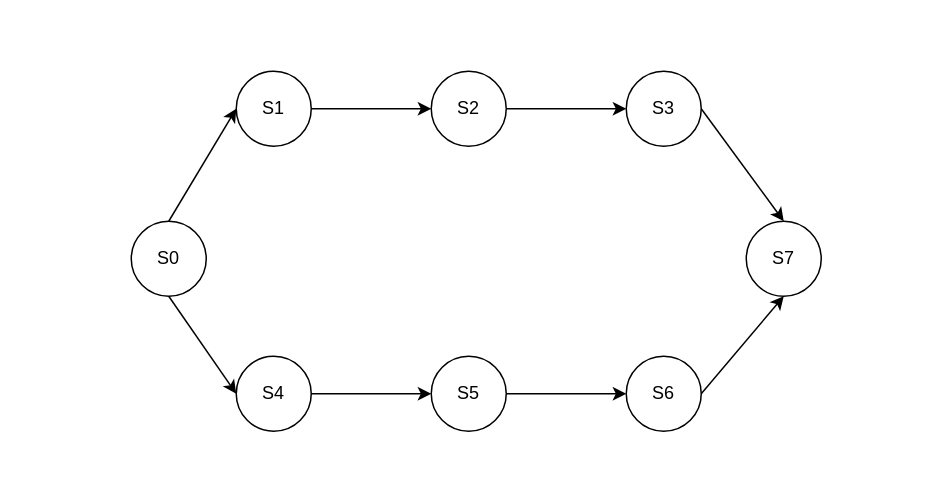
wenqi-wang20/img keeps this draw.io diagram as enrypt.drawio. Above is the earlier version. Source tidied: cells renumbered, new cells numbered last; positions are measured from the earlier drawing's top-left corner, leaving out a move shared by most shapes. Both pictures are drawn from the tidied source at 150%, with x=0, y=0 at pixel (130, 70).
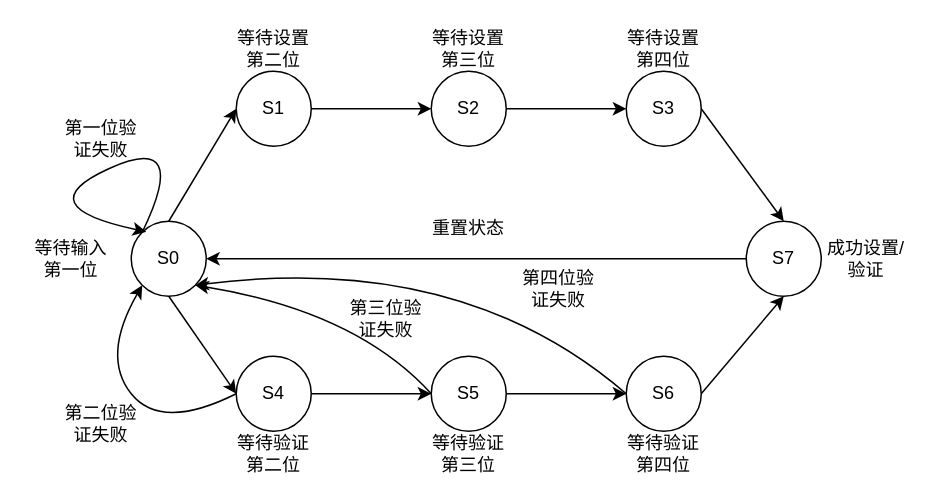
Above is the later version.

Unchanged cells that the change refers to:
```xml
<mxCell id="4" value="S0" style="ellipse;whiteSpace=wrap;html=1;" parent="1" vertex="1">
  <mxGeometry y="100" width="50" height="50" as="geometry" />
</mxCell>
<mxCell id="6" value="S4" style="ellipse;whiteSpace=wrap;html=1;" parent="1" vertex="1">
  <mxGeometry x="70" y="190" width="50" height="50" as="geometry" />
</mxCell>
<mxCell id="7" value="S5" style="ellipse;whiteSpace=wrap;html=1;" parent="1" vertex="1">
  <mxGeometry x="200" y="190" width="50" height="50" as="geometry" />
</mxCell>
<mxCell id="8" value="S6" style="ellipse;whiteSpace=wrap;html=1;" parent="1" vertex="1">
  <mxGeometry x="330" y="190" width="50" height="50" as="geometry" />
</mxCell>
<mxCell id="9" value="S7" style="ellipse;whiteSpace=wrap;html=1;" parent="1" vertex="1">
  <mxGeometry x="410" y="100" width="50" height="50" as="geometry" />
</mxCell>
```

Change to the diagram source:
```diff
@@
+    <mxCell id="18" value="等待输入第一位" style="text;html=1;strokeColor=none;fillColor=none;align=center;verticalAlign=middle;whiteSpace=wrap;rounded=0;" parent="1" vertex="1">
+      <mxGeometry x="-70" y="110" width="60" height="30" as="geometry" />
+    </mxCell>
+    <mxCell id="19" value="等待设置第二位" style="text;html=1;strokeColor=none;fillColor=none;align=center;verticalAlign=middle;whiteSpace=wrap;rounded=0;" parent="1" vertex="1">
+      <mxGeometry x="65" y="-30" width="60" height="30" as="geometry" />
+    </mxCell>
+    <mxCell id="20" value="等待设置第三位" style="text;html=1;strokeColor=none;fillColor=none;align=center;verticalAlign=middle;whiteSpace=wrap;rounded=0;" parent="1" vertex="1">
+      <mxGeometry x="195" y="-30" width="60" height="30" as="geometry" />
+    </mxCell>
+    <mxCell id="21" value="等待设置第四位" style="text;html=1;strokeColor=none;fillColor=none;align=center;verticalAlign=middle;whiteSpace=wrap;rounded=0;" parent="1" vertex="1">
+      <mxGeometry x="325" y="-30" width="60" height="30" as="geometry" />
+    </mxCell>
+    <mxCell id="22" value="等待验证第二位" style="text;html=1;strokeColor=none;fillColor=none;align=center;verticalAlign=middle;whiteSpace=wrap;rounded=0;" parent="1" vertex="1">
+      <mxGeometry x="65" y="240" width="60" height="30" as="geometry" />
+    </mxCell>
+    <mxCell id="23" value="等待验证第三位" style="text;html=1;strokeColor=none;fillColor=none;align=center;verticalAlign=middle;whiteSpace=wrap;rounded=0;" parent="1" vertex="1">
+      <mxGeometry x="195" y="240" width="60" height="30" as="geometry" />
+    </mxCell>
+    <mxCell id="24" value="等待验证第四位" style="text;html=1;strokeColor=none;fillColor=none;align=center;verticalAlign=middle;whiteSpace=wrap;rounded=0;" parent="1" vertex="1">
+      <mxGeometry x="325" y="240" width="60" height="30" as="geometry" />
+    </mxCell>
+    <mxCell id="25" value="成功设置/验证" style="text;html=1;strokeColor=none;fillColor=none;align=center;verticalAlign=middle;whiteSpace=wrap;rounded=0;" parent="1" vertex="1">
+      <mxGeometry x="460" y="110" width="60" height="30" as="geometry" />
+    </mxCell>
+    <mxCell id="26" style="curved=1;endArrow=classic;html=1;rounded=0;exitX=0;exitY=0.5;exitDx=0;exitDy=0;entryX=0;entryY=1;entryDx=0;entryDy=0;" parent="1" edge="1" source="6" target="4">
+      <mxGeometry relative="1" as="geometry">
+        <Array as="points">
+          <mxPoint x="20" y="240" />
+          <mxPoint x="-20" y="190" />
+        </Array>
+      </mxGeometry>
+    </mxCell>
+    <mxCell id="27" value="第二位验证失败" style="text;html=1;strokeColor=none;fillColor=none;align=center;verticalAlign=middle;whiteSpace=wrap;rounded=0;" parent="1" vertex="1">
+      <mxGeometry x="-50" y="220" width="60" height="30" as="geometry" />
+    </mxCell>
+    <mxCell id="28" style="curved=1;endArrow=classic;html=1;rounded=0;exitX=0;exitY=0.5;exitDx=0;exitDy=0;entryX=1;entryY=1;entryDx=0;entryDy=0;" parent="1" edge="1" source="7" target="4">
+      <mxGeometry relative="1" as="geometry">
+        <Array as="points">
+          <mxPoint x="150" y="160" />
+        </Array>
+      </mxGeometry>
+    </mxCell>
+    <mxCell id="29" value="第三位验证失败" style="text;html=1;strokeColor=none;fillColor=none;align=center;verticalAlign=middle;whiteSpace=wrap;rounded=0;" parent="1" vertex="1">
+      <mxGeometry x="140" y="150" width="60" height="30" as="geometry" />
+    </mxCell>
+    <mxCell id="30" style="curved=1;endArrow=classic;html=1;rounded=0;exitX=0;exitY=0.5;exitDx=0;exitDy=0;entryX=1;entryY=1;entryDx=0;entryDy=0;" parent="1" edge="1" source="8" target="4">
+      <mxGeometry relative="1" as="geometry">
+        <Array as="points">
+          <mxPoint x="220" y="120" />
+        </Array>
+      </mxGeometry>
+    </mxCell>
+    <mxCell id="31" value="第四位验证失败" style="text;html=1;strokeColor=none;fillColor=none;align=center;verticalAlign=middle;whiteSpace=wrap;rounded=0;" parent="1" vertex="1">
+      <mxGeometry x="255" y="130" width="60" height="30" as="geometry" />
+    </mxCell>
+    <mxCell id="32" style="curved=1;endArrow=classic;html=1;rounded=0;exitX=0;exitY=0;exitDx=0;exitDy=0;" parent="1" edge="1" source="4">
+      <mxGeometry relative="1" as="geometry">
+        <mxPoint x="10" y="107" as="targetPoint" />
+        <Array as="points">
+          <mxPoint x="40" y="40" />
+          <mxPoint x="-70" y="90" />
+        </Array>
+      </mxGeometry>
+    </mxCell>
+    <mxCell id="33" value="第一位验证失败" style="text;html=1;strokeColor=none;fillColor=none;align=center;verticalAlign=middle;whiteSpace=wrap;rounded=0;" parent="1" vertex="1">
+      <mxGeometry x="-50" y="30" width="60" height="30" as="geometry" />
+    </mxCell>
+    <mxCell id="34" style="endArrow=classic;html=1;rounded=0;exitX=0;exitY=0.5;exitDx=0;exitDy=0;entryX=1;entryY=0.5;entryDx=0;entryDy=0;" parent="1" edge="1" source="9" target="4">
+      <mxGeometry relative="1" as="geometry" />
+    </mxCell>
+    <mxCell id="35" value="重置状态" style="text;html=1;strokeColor=none;fillColor=none;align=center;verticalAlign=middle;whiteSpace=wrap;rounded=0;" parent="1" vertex="1">
+      <mxGeometry x="195" y="90" width="60" height="30" as="geometry" />
+    </mxCell>
```
